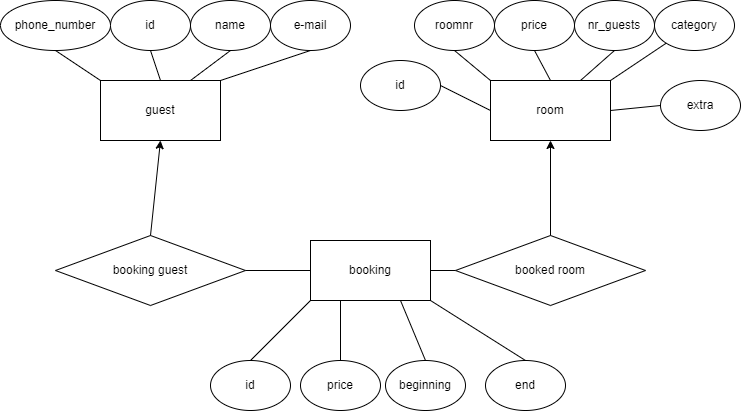
This is doc/hotelman-schema.png from StefanKende/HotelMan, a draw.io export, as it was before one commit. Source tidied: cells renumbered, new cells last; positions are measured from the earlier drawing's top-left corner, leaving out a move shared by most shapes. The source it was exported from:
```xml
<mxGraphModel>
  <root>
    <mxCell id="0" />
    <mxCell id="1" parent="0" />
    <mxCell id="2" value="guest" style="rounded=0;whiteSpace=wrap;html=1;" parent="1" vertex="1">
      <mxGeometry x="100" y="80" width="120" height="60" as="geometry" />
    </mxCell>
    <mxCell id="3" value="name" style="ellipse;whiteSpace=wrap;html=1;" parent="1" vertex="1">
      <mxGeometry x="190" width="80" height="50" as="geometry" />
    </mxCell>
    <mxCell id="4" value="id" style="ellipse;whiteSpace=wrap;html=1;" parent="1" vertex="1">
      <mxGeometry x="110" width="80" height="50" as="geometry" />
    </mxCell>
    <mxCell id="5" value="phone_number" style="ellipse;whiteSpace=wrap;html=1;" parent="1" vertex="1">
      <mxGeometry width="110" height="50" as="geometry" />
    </mxCell>
    <mxCell id="6" value="e-mail" style="ellipse;whiteSpace=wrap;html=1;" parent="1" vertex="1">
      <mxGeometry x="270" width="80" height="50" as="geometry" />
    </mxCell>
    <mxCell id="7" style="endArrow=none;html=1;rounded=0;exitX=1;exitY=0;exitDx=0;exitDy=0;entryX=0.5;entryY=1;entryDx=0;entryDy=0;" parent="1" edge="1" source="2" target="6">
      <mxGeometry relative="1" as="geometry" />
    </mxCell>
    <mxCell id="8" style="endArrow=none;html=1;rounded=0;entryX=0.5;entryY=1;entryDx=0;entryDy=0;exitX=0.75;exitY=0;exitDx=0;exitDy=0;" parent="1" edge="1" source="2" target="3">
      <mxGeometry relative="1" as="geometry" />
    </mxCell>
    <mxCell id="9" style="endArrow=none;html=1;rounded=0;entryX=0.5;entryY=1;entryDx=0;entryDy=0;" parent="1" edge="1" target="4">
      <mxGeometry relative="1" as="geometry">
        <mxPoint x="160" y="80" as="sourcePoint" />
      </mxGeometry>
    </mxCell>
    <mxCell id="10" style="endArrow=none;html=1;rounded=0;exitX=0;exitY=0;exitDx=0;exitDy=0;entryX=0.5;entryY=1;entryDx=0;entryDy=0;" parent="1" edge="1" source="2" target="5">
      <mxGeometry relative="1" as="geometry" />
    </mxCell>
    <mxCell id="11" value="room" style="rounded=0;whiteSpace=wrap;html=1;" parent="1" vertex="1">
      <mxGeometry x="490" y="80" width="120" height="60" as="geometry" />
    </mxCell>
    <mxCell id="12" value="roomnr" style="ellipse;whiteSpace=wrap;html=1;" parent="1" vertex="1">
      <mxGeometry x="414" width="80" height="50" as="geometry" />
    </mxCell>
    <mxCell id="13" value="price" style="ellipse;whiteSpace=wrap;html=1;" parent="1" vertex="1">
      <mxGeometry x="494" width="80" height="50" as="geometry" />
    </mxCell>
    <mxCell id="14" value="nr_guests" style="ellipse;whiteSpace=wrap;html=1;" parent="1" vertex="1">
      <mxGeometry x="574" width="80" height="50" as="geometry" />
    </mxCell>
    <mxCell id="15" value="category" style="ellipse;whiteSpace=wrap;html=1;" parent="1" vertex="1">
      <mxGeometry x="654" width="80" height="50" as="geometry" />
    </mxCell>
    <mxCell id="16" value="extra" style="ellipse;whiteSpace=wrap;html=1;" parent="1" vertex="1">
      <mxGeometry x="660" y="80" width="80" height="50" as="geometry" />
    </mxCell>
    <mxCell id="17" style="endArrow=none;html=1;rounded=0;exitX=0;exitY=0;exitDx=0;exitDy=0;entryX=0.5;entryY=1;entryDx=0;entryDy=0;" parent="1" edge="1" source="11" target="12">
      <mxGeometry relative="1" as="geometry" />
    </mxCell>
    <mxCell id="18" style="endArrow=none;html=1;rounded=0;exitX=0.5;exitY=0;exitDx=0;exitDy=0;entryX=0.5;entryY=1;entryDx=0;entryDy=0;" parent="1" edge="1" source="11" target="13">
      <mxGeometry relative="1" as="geometry" />
    </mxCell>
    <mxCell id="19" style="endArrow=none;html=1;rounded=0;exitX=0.75;exitY=0;exitDx=0;exitDy=0;entryX=0.5;entryY=1;entryDx=0;entryDy=0;" parent="1" edge="1" source="11" target="14">
      <mxGeometry relative="1" as="geometry" />
    </mxCell>
    <mxCell id="20" style="endArrow=none;html=1;rounded=0;exitX=0;exitY=1;exitDx=0;exitDy=0;entryX=1;entryY=0;entryDx=0;entryDy=0;" parent="1" edge="1" source="15" target="11">
      <mxGeometry relative="1" as="geometry" />
    </mxCell>
    <mxCell id="21" style="endArrow=none;html=1;rounded=0;exitX=0;exitY=0.5;exitDx=0;exitDy=0;entryX=1;entryY=0.5;entryDx=0;entryDy=0;" parent="1" edge="1" source="16" target="11">
      <mxGeometry relative="1" as="geometry" />
    </mxCell>
    <mxCell id="22" value="booking" style="rounded=0;whiteSpace=wrap;html=1;" parent="1" vertex="1">
      <mxGeometry x="310" y="240" width="120" height="60" as="geometry" />
    </mxCell>
    <mxCell id="23" value="price" style="ellipse;whiteSpace=wrap;html=1;" parent="1" vertex="1">
      <mxGeometry x="300" y="360" width="80" height="50" as="geometry" />
    </mxCell>
    <mxCell id="24" style="endArrow=none;html=1;rounded=0;exitX=0.5;exitY=0;exitDx=0;exitDy=0;entryX=0.25;entryY=1;entryDx=0;entryDy=0;" parent="1" edge="1" source="23" target="22">
      <mxGeometry relative="1" as="geometry" />
    </mxCell>
    <mxCell id="25" value="beginning" style="ellipse;whiteSpace=wrap;html=1;" parent="1" vertex="1">
      <mxGeometry x="385" y="360" width="80" height="50" as="geometry" />
    </mxCell>
    <mxCell id="26" style="endArrow=none;html=1;rounded=0;exitX=0.5;exitY=0;exitDx=0;exitDy=0;entryX=0.75;entryY=1;entryDx=0;entryDy=0;" parent="1" edge="1" source="25" target="22">
      <mxGeometry relative="1" as="geometry" />
    </mxCell>
    <mxCell id="27" value="end" style="ellipse;whiteSpace=wrap;html=1;" parent="1" vertex="1">
      <mxGeometry x="485" y="360" width="80" height="50" as="geometry" />
    </mxCell>
    <mxCell id="28" style="endArrow=none;html=1;rounded=0;exitX=0.5;exitY=0;exitDx=0;exitDy=0;entryX=1;entryY=1;entryDx=0;entryDy=0;" parent="1" edge="1" source="27" target="22">
      <mxGeometry relative="1" as="geometry" />
    </mxCell>
    <mxCell id="29" value="booking guest" style="rhombus;whiteSpace=wrap;html=1;" parent="1" vertex="1">
      <mxGeometry x="55" y="235" width="190" height="70" as="geometry" />
    </mxCell>
    <mxCell id="30" value="id" style="ellipse;whiteSpace=wrap;html=1;" parent="1" vertex="1">
      <mxGeometry x="210" y="360" width="80" height="50" as="geometry" />
    </mxCell>
    <mxCell id="31" style="endArrow=none;html=1;rounded=0;exitX=0.5;exitY=0;exitDx=0;exitDy=0;entryX=0;entryY=1;entryDx=0;entryDy=0;" parent="1" edge="1" source="30" target="22">
      <mxGeometry relative="1" as="geometry" />
    </mxCell>
    <mxCell id="32" style="endArrow=classic;html=1;rounded=0;exitX=0.5;exitY=0;exitDx=0;exitDy=0;entryX=0.5;entryY=1;entryDx=0;entryDy=0;" parent="1" edge="1" source="29" target="2">
      <mxGeometry relative="1" as="geometry" />
    </mxCell>
    <mxCell id="33" style="endArrow=none;html=1;rounded=0;exitX=1;exitY=0.5;exitDx=0;exitDy=0;entryX=0;entryY=0.5;entryDx=0;entryDy=0;" parent="1" edge="1" source="29" target="22">
      <mxGeometry relative="1" as="geometry" />
    </mxCell>
    <mxCell id="34" value="booked room" style="rhombus;whiteSpace=wrap;html=1;" parent="1" vertex="1">
      <mxGeometry x="455" y="235" width="190" height="70" as="geometry" />
    </mxCell>
    <mxCell id="35" style="endArrow=classic;html=1;rounded=0;exitX=0.5;exitY=0;exitDx=0;exitDy=0;entryX=0.5;entryY=1;entryDx=0;entryDy=0;" parent="1" edge="1" source="34" target="11">
      <mxGeometry relative="1" as="geometry" />
    </mxCell>
    <mxCell id="36" style="endArrow=none;html=1;rounded=0;exitX=0;exitY=0.5;exitDx=0;exitDy=0;entryX=1;entryY=0.5;entryDx=0;entryDy=0;" parent="1" edge="1" source="34" target="22">
      <mxGeometry relative="1" as="geometry" />
    </mxCell>
    <mxCell id="37" value="id" style="ellipse;whiteSpace=wrap;html=1;" parent="1" vertex="1">
      <mxGeometry x="360" y="60" width="80" height="50" as="geometry" />
    </mxCell>
    <mxCell id="38" style="endArrow=none;html=1;rounded=0;exitX=1;exitY=0.5;exitDx=0;exitDy=0;entryX=0;entryY=0.5;entryDx=0;entryDy=0;" parent="1" edge="1" source="37" target="11">
      <mxGeometry relative="1" as="geometry" />
    </mxCell>
  </root>
</mxGraphModel>
```
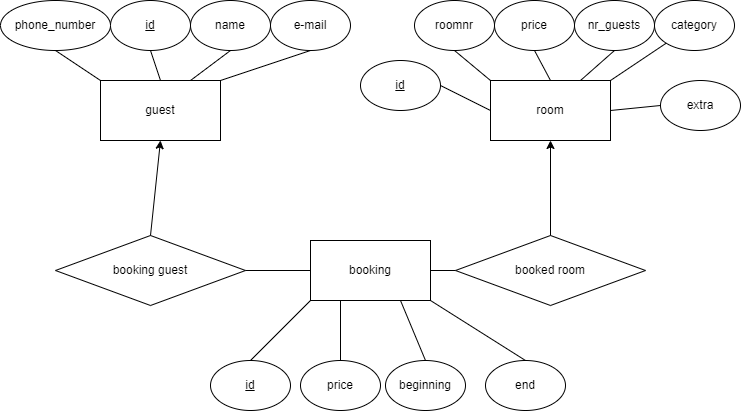
The same diagram one commit later.

The edit, as a diff of the source:
```diff
@@ -8,7 +8,7 @@
     <mxCell id="3" value="name" style="ellipse;whiteSpace=wrap;html=1;" parent="1" vertex="1">
       <mxGeometry x="190" width="80" height="50" as="geometry" />
     </mxCell>
-    <mxCell id="4" value="id" style="ellipse;whiteSpace=wrap;html=1;" parent="1" vertex="1">
+    <mxCell id="4" value="&lt;u&gt;id&lt;/u&gt;" style="ellipse;whiteSpace=wrap;html=1;" parent="1" vertex="1">
       <mxGeometry x="110" width="80" height="50" as="geometry" />
     </mxCell>
     <mxCell id="5" value="phone_number" style="ellipse;whiteSpace=wrap;html=1;" parent="1" vertex="1">
@@ -88,7 +88,7 @@
     <mxCell id="29" value="booking guest" style="rhombus;whiteSpace=wrap;html=1;" parent="1" vertex="1">
       <mxGeometry x="55" y="235" width="190" height="70" as="geometry" />
     </mxCell>
-    <mxCell id="30" value="id" style="ellipse;whiteSpace=wrap;html=1;" parent="1" vertex="1">
+    <mxCell id="30" value="&lt;u&gt;id&lt;/u&gt;" style="ellipse;whiteSpace=wrap;html=1;" parent="1" vertex="1">
       <mxGeometry x="210" y="360" width="80" height="50" as="geometry" />
     </mxCell>
     <mxCell id="31" style="endArrow=none;html=1;rounded=0;exitX=0.5;exitY=0;exitDx=0;exitDy=0;entryX=0;entryY=1;entryDx=0;entryDy=0;" parent="1" edge="1" source="30" target="22">
@@ -109,7 +109,7 @@
     <mxCell id="36" style="endArrow=none;html=1;rounded=0;exitX=0;exitY=0.5;exitDx=0;exitDy=0;entryX=1;entryY=0.5;entryDx=0;entryDy=0;" parent="1" edge="1" source="34" target="22">
       <mxGeometry relative="1" as="geometry" />
     </mxCell>
-    <mxCell id="37" value="id" style="ellipse;whiteSpace=wrap;html=1;" parent="1" vertex="1">
+    <mxCell id="37" value="&lt;u&gt;id&lt;/u&gt;" style="ellipse;whiteSpace=wrap;html=1;" parent="1" vertex="1">
       <mxGeometry x="360" y="60" width="80" height="50" as="geometry" />
     </mxCell>
     <mxCell id="38" style="endArrow=none;html=1;rounded=0;exitX=1;exitY=0.5;exitDx=0;exitDy=0;entryX=0;entryY=0.5;entryDx=0;entryDy=0;" parent="1" edge="1" source="37" target="11">
```
